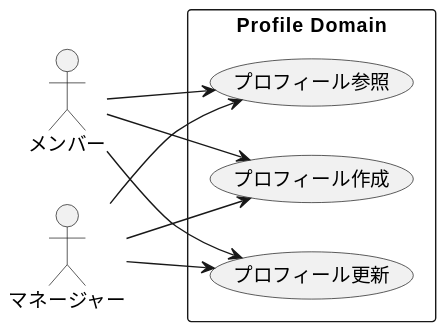
Bonbooon/teamdev-2026 keeps this PlantUML diagram as docs/generated-diagrams/use-cases/profile.svg. Above is the earlier version.
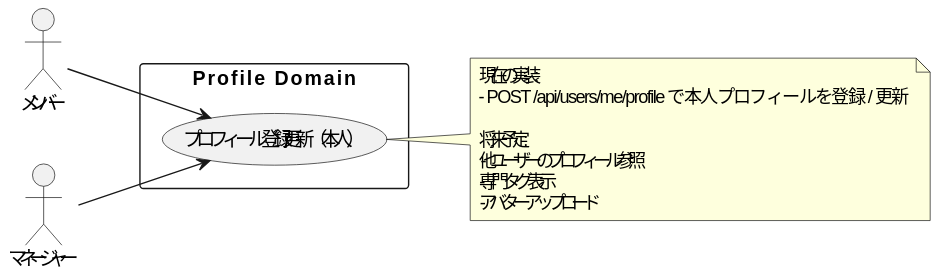
After the commit.

Diff of the diagram source:
```diff
@@ -6,17 +6,20 @@
 
 rectangle "Profile Domain" {
 
-  usecase "プロフィール作成"
-  usecase "プロフィール参照"
-  usecase "プロフィール更新"
+  usecase "プロフィール登録 / 更新（本人）" as SelfUpsert
 
 }
 
-Member --> "プロフィール作成"
-Member --> "プロフィール参照"
-Member --> "プロフィール更新"
+Member --> SelfUpsert
+Manager --> SelfUpsert
 
-Manager --> "プロフィール作成"
-Manager --> "プロフィール参照"
-Manager --> "プロフィール更新"
+note right of SelfUpsert
+現在の実装:
+- POST /api/users/me/profile で本人プロフィールを登録 / 更新
+
+将来予定:
+- 他ユーザーのプロフィール参照
+- 専門タグ表示
+- アバターアップロード
+end note
 @enduml
```
